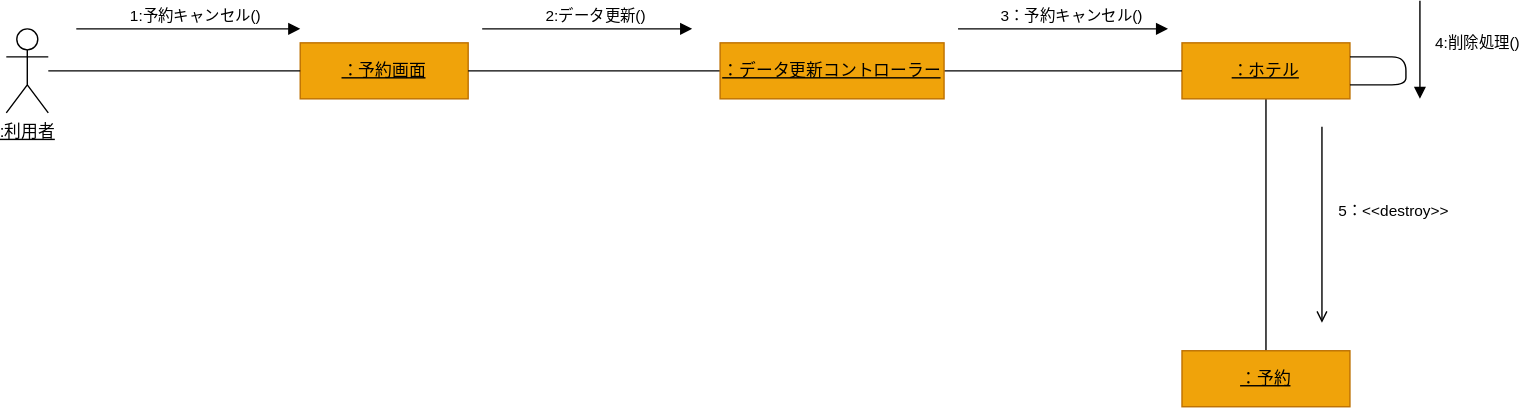
chibachibaibu2003/laughing-carnival keeps this draw.io diagram as 5/演習５-2_CD_予約登録削除.drawio.svg. Above is the earlier version. Source tidied: cells renumbered, new cells last; positions are measured from the earlier drawing's top-left corner, leaving out a move shared by most shapes.
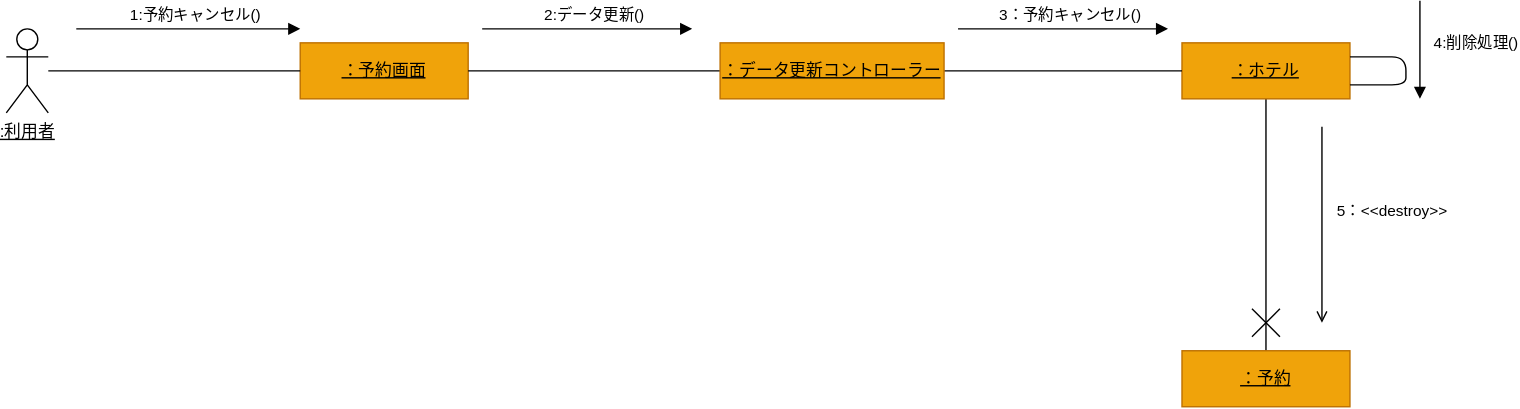
The same diagram one commit later.

The edit, as a diff of the source:
```diff
@@ -96,5 +96,17 @@
         <mxPoint x="48" y="28" as="offset" />
       </mxGeometry>
     </mxCell>
+    <mxCell id="22" style="endArrow=none;html=1;" parent="1" edge="1">
+      <mxGeometry relative="1" as="geometry">
+        <mxPoint x="890" y="240" as="sourcePoint" />
+        <mxPoint x="910" y="220" as="targetPoint" />
+      </mxGeometry>
+    </mxCell>
+    <mxCell id="23" style="endArrow=none;html=1;" parent="1" edge="1">
+      <mxGeometry relative="1" as="geometry">
+        <mxPoint x="890" y="220" as="sourcePoint" />
+        <mxPoint x="910" y="240" as="targetPoint" />
+      </mxGeometry>
+    </mxCell>
   </root>
 </mxGraphModel>
```
